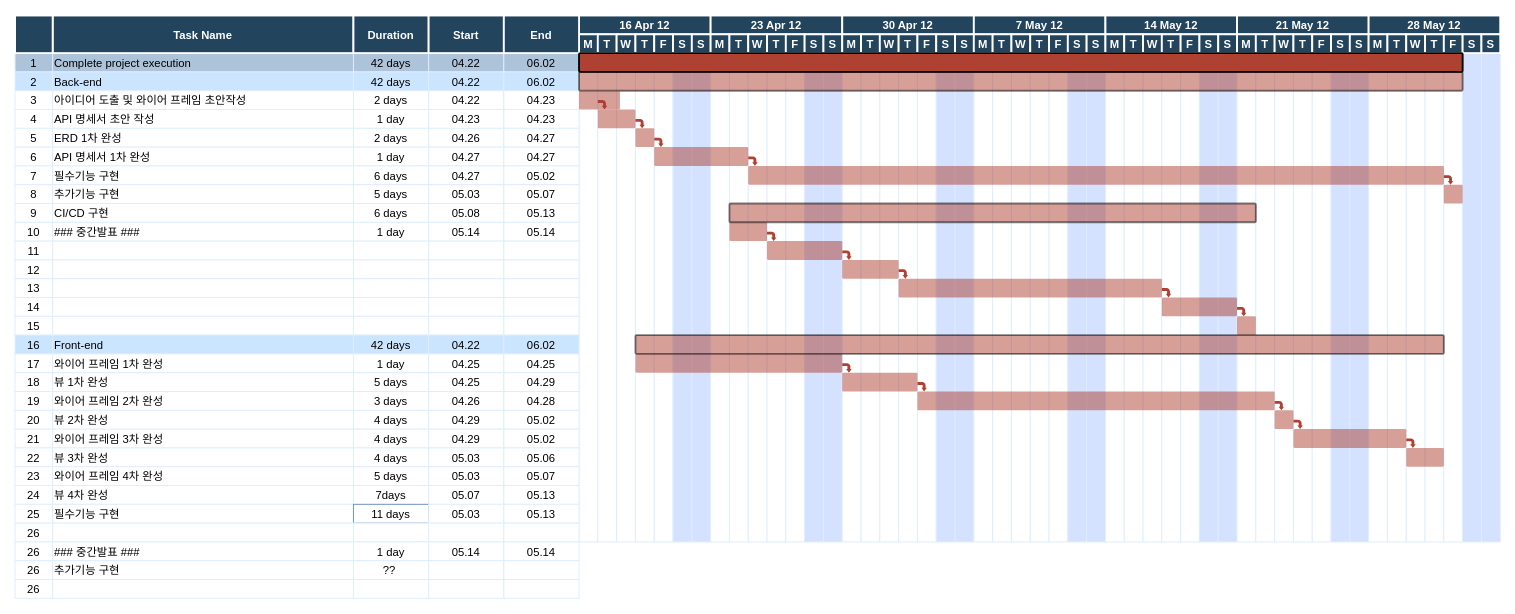
Above: plan.drawio in qwe1234k/finalProjectERD (draw.io), before the change. Source tidied: cells renumbered, new cells numbered last; positions are measured from the earlier drawing's top-left corner, leaving out a move shared by most shapes. Both pictures are drawn from the tidied source at 94%, with x=0, y=0 at pixel (14, 15).
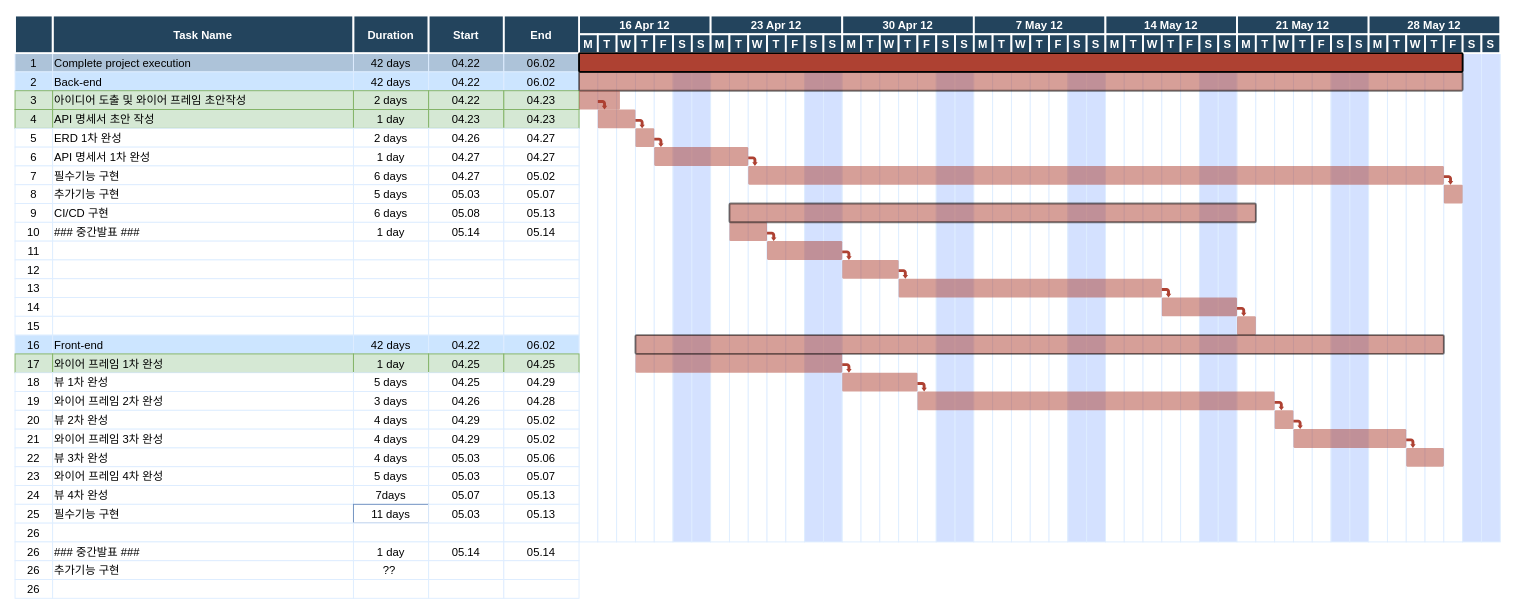
After the change.

The edit, as a diff of the source:
```diff
@@
-    <mxCell id="13" value="3" style="strokeColor=#DEEDFF;" parent="1" vertex="1">
+    <mxCell id="13" value="3" style="strokeColor=#82b366;fillColor=#d5e8d4;" parent="1" vertex="1">
       <mxGeometry x="0.5" y="80" width="40" height="20" as="geometry" />
     </mxCell>
-    <mxCell id="14" value="아이디어 도출 및 와이어 프레임 초안작성" style="align=left;strokeColor=#DEEDFF;" parent="1" vertex="1">
+    <mxCell id="14" value="아이디어 도출 및 와이어 프레임 초안작성" style="align=left;strokeColor=#82b366;fillColor=#d5e8d4;" parent="1" vertex="1">
       <mxGeometry x="40.5" y="80" width="320" height="20" as="geometry" />
     </mxCell>
-    <mxCell id="15" value="2 days" style="strokeColor=#DEEDFF;" parent="1" vertex="1">
+    <mxCell id="15" value="2 days" style="strokeColor=#82b366;fillColor=#d5e8d4;" parent="1" vertex="1">
       <mxGeometry x="360.5" y="80" width="80" height="20" as="geometry" />
     </mxCell>
-    <mxCell id="16" value="04.22" style="strokeColor=#DEEDFF;" parent="1" vertex="1">
+    <mxCell id="16" value="04.22" style="strokeColor=#82b366;fillColor=#d5e8d4;" parent="1" vertex="1">
       <mxGeometry x="440.5" y="80" width="80" height="20" as="geometry" />
     </mxCell>
-    <mxCell id="17" value="04.23" style="strokeColor=#DEEDFF;" parent="1" vertex="1">
+    <mxCell id="17" value="04.23" style="strokeColor=#82b366;fillColor=#d5e8d4;" parent="1" vertex="1">
       <mxGeometry x="520.5" y="80" width="80" height="20" as="geometry" />
     </mxCell>
-    <mxCell id="18" value="4" style="strokeColor=#DEEDFF;" parent="1" vertex="1">
+    <mxCell id="18" value="4" style="strokeColor=#82b366;fillColor=#d5e8d4;" parent="1" vertex="1">
       <mxGeometry x="0.5" y="100" width="40" height="20" as="geometry" />
     </mxCell>
-    <mxCell id="19" value="API 명세서 초안 작성" style="align=left;strokeColor=#DEEDFF;" parent="1" vertex="1">
+    <mxCell id="19" value="API 명세서 초안 작성" style="align=left;strokeColor=#82b366;fillColor=#d5e8d4;" parent="1" vertex="1">
       <mxGeometry x="40.5" y="100" width="320" height="20" as="geometry" />
     </mxCell>
-    <mxCell id="20" value="1 day" style="strokeColor=#DEEDFF;" parent="1" vertex="1">
+    <mxCell id="20" value="1 day" style="strokeColor=#82b366;fillColor=#d5e8d4;" parent="1" vertex="1">
       <mxGeometry x="360.5" y="100" width="80" height="20" as="geometry" />
     </mxCell>
-    <mxCell id="21" value="04.23" style="strokeColor=#DEEDFF;" parent="1" vertex="1">
+    <mxCell id="21" value="04.23" style="strokeColor=#82b366;fillColor=#d5e8d4;" parent="1" vertex="1">
       <mxGeometry x="440.5" y="100" width="80" height="20" as="geometry" />
     </mxCell>
-    <mxCell id="22" value="04.23" style="strokeColor=#DEEDFF;" parent="1" vertex="1">
+    <mxCell id="22" value="04.23" style="strokeColor=#82b366;fillColor=#d5e8d4;" parent="1" vertex="1">
       <mxGeometry x="520.5" y="100" width="80" height="20" as="geometry" />
     </mxCell>
@@
-    <mxCell id="83" value="17" style="strokeColor=#DEEDFF;" parent="1" vertex="1">
+    <mxCell id="83" value="17" style="strokeColor=#82b366;fillColor=#d5e8d4;" parent="1" vertex="1">
       <mxGeometry x="0.5" y="360" width="40" height="20" as="geometry" />
     </mxCell>
-    <mxCell id="84" value="와이어 프레임 1차 완성" style="align=left;strokeColor=#DEEDFF;" parent="1" vertex="1">
+    <mxCell id="84" value="와이어 프레임 1차 완성" style="align=left;strokeColor=#82b366;fillColor=#d5e8d4;" parent="1" vertex="1">
       <mxGeometry x="40.5" y="360" width="320" height="20" as="geometry" />
     </mxCell>
-    <mxCell id="85" value="1 day" style="strokeColor=#DEEDFF;" parent="1" vertex="1">
+    <mxCell id="85" value="1 day" style="strokeColor=#82b366;fillColor=#d5e8d4;" parent="1" vertex="1">
       <mxGeometry x="360.5" y="360" width="80" height="20" as="geometry" />
     </mxCell>
-    <mxCell id="86" value="04.25" style="strokeColor=#DEEDFF;" parent="1" vertex="1">
+    <mxCell id="86" value="04.25" style="strokeColor=#82b366;fillColor=#d5e8d4;" parent="1" vertex="1">
       <mxGeometry x="440.5" y="360" width="80" height="20" as="geometry" />
     </mxCell>
-    <mxCell id="87" value="04.25" style="strokeColor=#DEEDFF;" parent="1" vertex="1">
+    <mxCell id="87" value="04.25" style="strokeColor=#82b366;fillColor=#d5e8d4;" parent="1" vertex="1">
       <mxGeometry x="520.5" y="360" width="80" height="20" as="geometry" />
     </mxCell>
```
